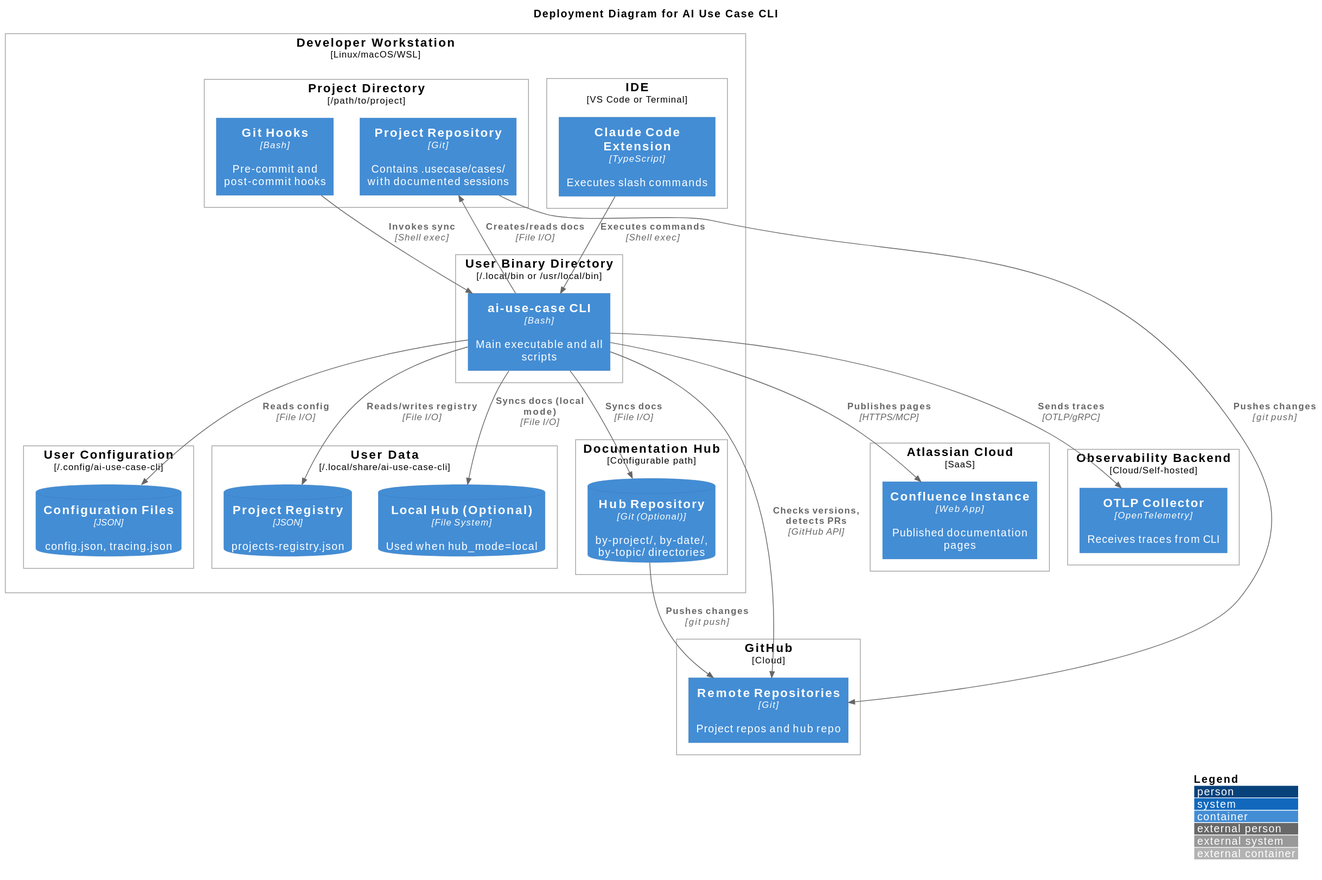
Above: docs/diagrams/AI Use Case CLI - Deployment Diagram.svg in mt-osiris-tools/ai-use-case-cli (PlantUML), before the change. Source of this version:
```plantuml
@startuml
!include https://raw.githubusercontent.com/plantuml-stdlib/C4-PlantUML/master/C4_Deployment.puml

LAYOUT_WITH_LEGEND()

title Deployment Diagram for AI Use Case CLI

Deployment_Node(dev_machine, "Developer Workstation", "Linux/macOS/WSL") {
    Deployment_Node(project_workspace, "Project Directory", "/path/to/project") {
        Container(project_repo, "Project Repository", "Git", "Contains .usecase/cases/ with documented sessions")
        Container(git_hooks_deployed, "Git Hooks", "Bash", "Pre-commit and post-commit hooks")
    }

    Deployment_Node(user_bin, "User Binary Directory", "~/.local/bin or /usr/local/bin") {
        Container(cli_executable, "ai-use-case CLI", "Bash", "Main executable and all scripts")
    }

    Deployment_Node(user_config, "User Configuration", "~/.config/ai-use-case-cli") {
        ContainerDb(config_files, "Configuration Files", "JSON", "config.json, tracing.json")
    }

    Deployment_Node(user_data, "User Data", "~/.local/share/ai-use-case-cli") {
        ContainerDb(project_registry, "Project Registry", "JSON", "projects-registry.json")
        ContainerDb(local_hub, "Local Hub (Optional)", "File System", "Used when hub_mode=local")
    }

    Deployment_Node(hub_location, "Documentation Hub", "Configurable path") {
        ContainerDb(hub_repo, "Hub Repository", "Git (Optional)", "by-project/, by-date/, by-topic/ directories")
    }

    Deployment_Node(ide, "IDE", "VS Code or Terminal") {
        Container(claude_code_ext, "Claude Code Extension", "TypeScript", "Executes slash commands")
    }
}

Deployment_Node(github_cloud, "GitHub", "Cloud") {
    Container(remote_repos, "Remote Repositories", "Git", "Project repos and hub repo")
}

Deployment_Node(atlassian_cloud, "Atlassian Cloud", "SaaS") {
    Container(confluence_instance, "Confluence Instance", "Web App", "Published documentation pages")
}

Deployment_Node(observability, "Observability Backend", "Cloud/Self-hosted") {
    Container(otlp_collector, "OTLP Collector", "OpenTelemetry", "Receives traces from CLI")
}

Rel(cli_executable, config_files, "Reads config", "File I/O")
Rel(cli_executable, project_registry, "Reads/writes registry", "File I/O")
Rel(cli_executable, project_repo, "Creates/reads docs", "File I/O")
Rel(cli_executable, hub_repo, "Syncs docs", "File I/O")
Rel(cli_executable, local_hub, "Syncs docs (local mode)", "File I/O")

Rel(git_hooks_deployed, cli_executable, "Invokes sync", "Shell exec")
Rel(claude_code_ext, cli_executable, "Executes commands", "Shell exec")

Rel(hub_repo, remote_repos, "Pushes changes", "git push")
Rel(project_repo, remote_repos, "Pushes changes", "git push")

Rel(cli_executable, confluence_instance, "Publishes pages", "HTTPS/MCP")
Rel(cli_executable, otlp_collector, "Sends traces", "OTLP/gRPC")
Rel(cli_executable, remote_repos, "Checks versions, detects PRs", "GitHub API")
@enduml
```
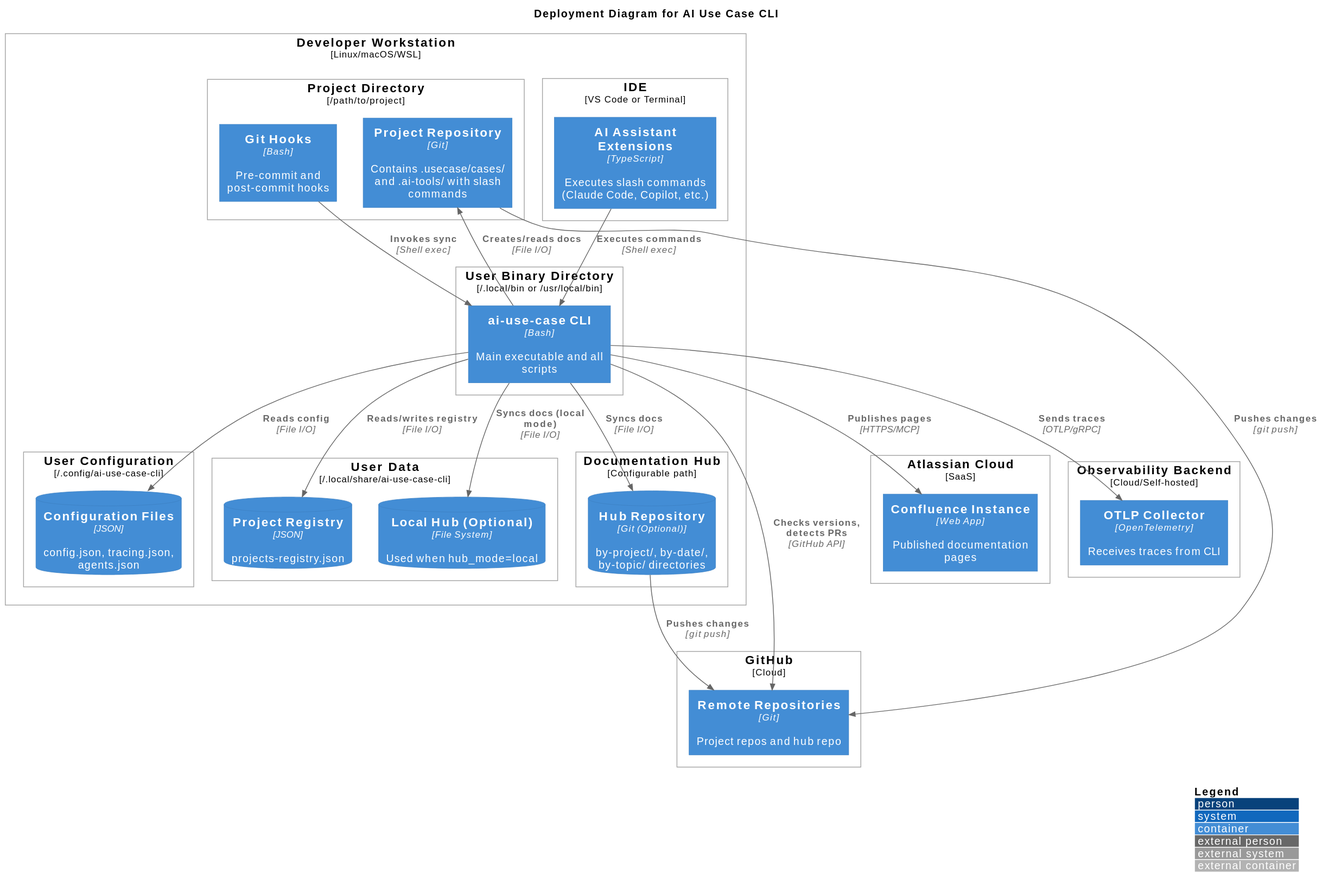
After the commit.

What changed in the source:
```diff
@@ -7,7 +7,7 @@
 
 Deployment_Node(dev_machine, "Developer Workstation", "Linux/macOS/WSL") {
     Deployment_Node(project_workspace, "Project Directory", "/path/to/project") {
-        Container(project_repo, "Project Repository", "Git", "Contains .usecase/cases/ with documented sessions")
+        Container(project_repo, "Project Repository", "Git", "Contains .usecase/cases/ and .ai-tools/ with slash commands")
         Container(git_hooks_deployed, "Git Hooks", "Bash", "Pre-commit and post-commit hooks")
     }
 
@@ -16,7 +16,7 @@
     }
 
     Deployment_Node(user_config, "User Configuration", "~/.config/ai-use-case-cli") {
-        ContainerDb(config_files, "Configuration Files", "JSON", "config.json, tracing.json")
+        ContainerDb(config_files, "Configuration Files", "JSON", "config.json, tracing.json, agents.json")
     }
 
     Deployment_Node(user_data, "User Data", "~/.local/share/ai-use-case-cli") {
@@ -29,7 +29,7 @@
     }
 
     Deployment_Node(ide, "IDE", "VS Code or Terminal") {
-        Container(claude_code_ext, "Claude Code Extension", "TypeScript", "Executes slash commands")
+        Container(ai_assistant_ext, "AI Assistant Extensions", "TypeScript", "Executes slash commands (Claude Code, Copilot, etc.)")
     }
 }
 
@@ -52,7 +52,7 @@
 Rel(cli_executable, local_hub, "Syncs docs (local mode)", "File I/O")
 
 Rel(git_hooks_deployed, cli_executable, "Invokes sync", "Shell exec")
-Rel(claude_code_ext, cli_executable, "Executes commands", "Shell exec")
+Rel(ai_assistant_ext, cli_executable, "Executes commands", "Shell exec")
 
 Rel(hub_repo, remote_repos, "Pushes changes", "git push")
 Rel(project_repo, remote_repos, "Pushes changes", "git push")
```
